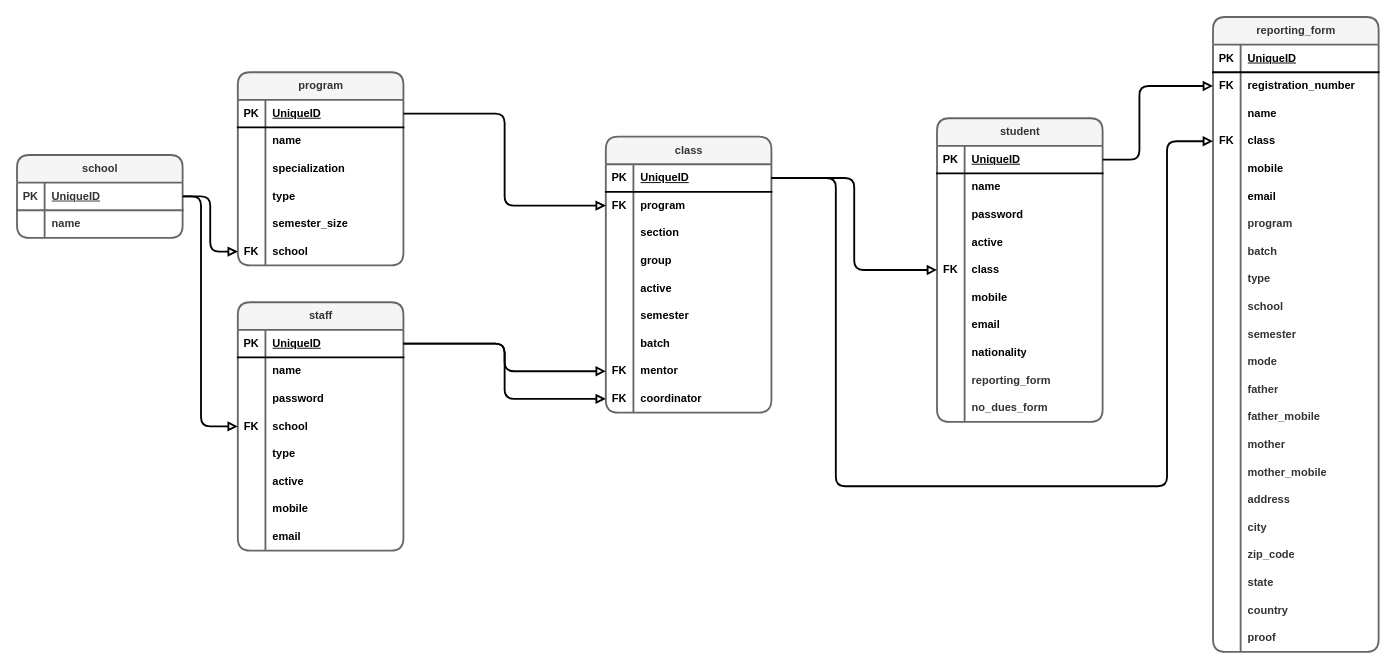
Earlier version of the draw.io diagram app/sql/dbSchema.drawio (livleensinghchani/ctu-website). Source tidied: cells renumbered, new cells numbered last; positions are measured from the earlier drawing's top-left corner, leaving out a move shared by most shapes. Both pictures are drawn from the tidied source at 92%, with x=0, y=0 at pixel (17, 17).
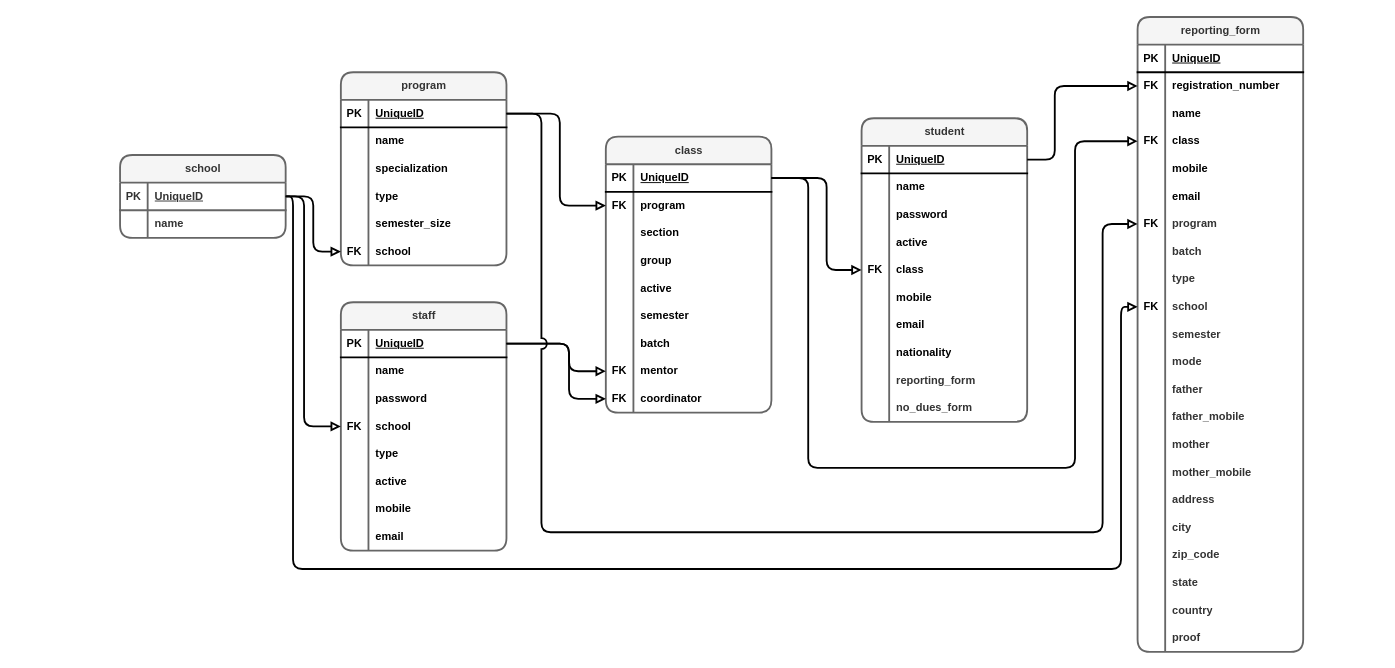
After the change.

The change refers to these unchanged cells:
```xml
<mxCell id="3" style="shape=tableRow;horizontal=0;startSize=0;swimlaneHead=0;swimlaneBody=0;fillColor=none;points=[[0,0.5],[1,0.5]];portConstraint=eastwest;top=0;left=0;right=0;bottom=1;rounded=1;strokeColor=default;strokeWidth=2;align=center;verticalAlign=middle;fontFamily=Helvetica;fontSize=12;fontColor=default;fontStyle=1;" parent="2" vertex="1">
  <mxGeometry y="30" width="180" height="30" as="geometry" />
</mxCell>
<mxCell id="22" style="shape=tableRow;horizontal=0;startSize=0;swimlaneHead=0;swimlaneBody=0;fillColor=none;points=[[0,0.5],[1,0.5]];portConstraint=eastwest;top=0;left=0;right=0;bottom=1;rounded=1;strokeColor=default;strokeWidth=2;align=center;verticalAlign=middle;fontFamily=Helvetica;fontSize=12;fontColor=default;fontStyle=1;" parent="21" vertex="1">
  <mxGeometry y="30" width="180" height="30" as="geometry" />
</mxCell>
<mxCell id="31" style="shape=tableRow;horizontal=0;startSize=0;swimlaneHead=0;swimlaneBody=0;fillColor=none;points=[[0,0.5],[1,0.5]];portConstraint=eastwest;top=0;left=0;right=0;bottom=0;rounded=1;strokeColor=default;strokeWidth=2;align=center;verticalAlign=middle;fontFamily=Helvetica;fontSize=12;fontColor=default;fontStyle=1;" parent="21" vertex="1">
  <mxGeometry y="120" width="180" height="30" as="geometry" />
</mxCell>
<mxCell id="47" style="shape=tableRow;horizontal=0;startSize=0;swimlaneHead=0;swimlaneBody=0;fillColor=none;points=[[0,0.5],[1,0.5]];portConstraint=eastwest;top=0;left=0;right=0;bottom=1;rounded=1;strokeColor=default;strokeWidth=2;align=center;verticalAlign=middle;fontFamily=Helvetica;fontSize=12;fontColor=default;fontStyle=1;" parent="46" vertex="1">
  <mxGeometry y="30" width="180" height="30" as="geometry" />
</mxCell>
<mxCell id="50" style="shape=tableRow;horizontal=0;startSize=0;swimlaneHead=0;swimlaneBody=0;fillColor=none;points=[[0,0.5],[1,0.5]];portConstraint=eastwest;top=0;left=0;right=0;bottom=0;rounded=1;strokeColor=default;strokeWidth=2;align=center;verticalAlign=middle;fontFamily=Helvetica;fontSize=12;fontColor=default;fontStyle=1;" parent="46" vertex="1">
  <mxGeometry y="60" width="180" height="30" as="geometry" />
</mxCell>
<mxCell id="68" style="shape=tableRow;horizontal=0;startSize=0;swimlaneHead=0;swimlaneBody=0;fillColor=none;points=[[0,0.5],[1,0.5]];portConstraint=eastwest;top=0;left=0;right=0;bottom=0;rounded=1;strokeColor=default;strokeWidth=2;align=center;verticalAlign=middle;fontFamily=Helvetica;fontSize=12;fontColor=default;fontStyle=1;" parent="46" vertex="1">
  <mxGeometry y="240" width="180" height="30" as="geometry" />
</mxCell>
<mxCell id="71" style="shape=tableRow;horizontal=0;startSize=0;swimlaneHead=0;swimlaneBody=0;fillColor=none;points=[[0,0.5],[1,0.5]];portConstraint=eastwest;top=0;left=0;right=0;bottom=0;rounded=1;strokeColor=default;strokeWidth=2;align=center;verticalAlign=middle;fontFamily=Helvetica;fontSize=12;fontColor=default;fontStyle=1;" parent="46" vertex="1">
  <mxGeometry y="270" width="180" height="30" as="geometry" />
</mxCell>
<mxCell id="78" style="shape=tableRow;horizontal=0;startSize=0;swimlaneHead=0;swimlaneBody=0;fillColor=none;points=[[0,0.5],[1,0.5]];portConstraint=eastwest;top=0;left=0;right=0;bottom=1;rounded=1;strokeColor=default;strokeWidth=2;align=center;verticalAlign=middle;fontFamily=Helvetica;fontSize=12;fontColor=default;fontStyle=1;" parent="77" vertex="1">
  <mxGeometry y="30" width="180" height="30" as="geometry" />
</mxCell>
<mxCell id="90" style="shape=tableRow;horizontal=0;startSize=0;swimlaneHead=0;swimlaneBody=0;fillColor=none;points=[[0,0.5],[1,0.5]];portConstraint=eastwest;top=0;left=0;right=0;bottom=0;rounded=1;strokeColor=default;strokeWidth=2;align=center;verticalAlign=middle;fontFamily=Helvetica;fontSize=12;fontColor=default;fontStyle=1;" parent="77" vertex="1">
  <mxGeometry y="150" width="180" height="30" as="geometry" />
</mxCell>
<mxCell id="113" style="shape=tableRow;horizontal=0;startSize=0;swimlaneHead=0;swimlaneBody=0;fillColor=none;points=[[0,0.5],[1,0.5]];portConstraint=eastwest;top=0;left=0;right=0;bottom=0;rounded=1;strokeColor=default;strokeWidth=2;align=center;verticalAlign=middle;fontFamily=Helvetica;fontSize=12;fontColor=default;fontStyle=1;" parent="109" vertex="1">
  <mxGeometry y="60" width="180" height="30" as="geometry" />
</mxCell>
<mxCell id="119" style="shape=tableRow;horizontal=0;startSize=0;swimlaneHead=0;swimlaneBody=0;fillColor=none;points=[[0,0.5],[1,0.5]];portConstraint=eastwest;top=0;left=0;right=0;bottom=0;rounded=1;strokeColor=default;strokeWidth=2;align=center;verticalAlign=middle;fontFamily=Helvetica;fontSize=12;fontColor=default;fontStyle=1;" parent="109" vertex="1">
  <mxGeometry y="120" width="180" height="30" as="geometry" />
</mxCell>
<mxCell id="128" style="shape=tableRow;horizontal=0;startSize=0;swimlaneHead=0;swimlaneBody=0;fillColor=none;points=[[0,0.5],[1,0.5]];portConstraint=eastwest;top=0;left=0;right=0;bottom=0;rounded=1;strokeColor=default;strokeWidth=2;align=center;verticalAlign=middle;fontFamily=Helvetica;fontSize=12;fontColor=default;fontStyle=1;" parent="109" vertex="1">
  <mxGeometry y="210" width="180" height="30" as="geometry" />
</mxCell>
<mxCell id="137" style="shape=tableRow;horizontal=0;startSize=0;swimlaneHead=0;swimlaneBody=0;fillColor=none;points=[[0,0.5],[1,0.5]];portConstraint=eastwest;top=0;left=0;right=0;bottom=0;rounded=1;strokeColor=default;strokeWidth=2;align=center;verticalAlign=middle;fontFamily=Helvetica;fontSize=12;fontColor=default;fontStyle=1;" parent="109" vertex="1">
  <mxGeometry y="300" width="180" height="30" as="geometry" />
</mxCell>
<mxCell id="180" style="shape=tableRow;horizontal=0;startSize=0;swimlaneHead=0;swimlaneBody=0;fillColor=none;points=[[0,0.5],[1,0.5]];portConstraint=eastwest;top=0;left=0;right=0;bottom=1;rounded=1;shadow=0;strokeColor=#666666;strokeWidth=2;align=center;verticalAlign=middle;fontFamily=Helvetica;fontSize=12;fontColor=#333333;fontStyle=1;" parent="179" vertex="1">
  <mxGeometry y="30" width="180" height="30" as="geometry" />
</mxCell>
```

What changed in the source:
```diff
@@
     <mxCell id="2" value="program" style="shape=table;startSize=30;childLayout=tableLayout;rowLines=0;fontStyle=1;align=center;html=1;rounded=1;strokeColor=#666666;strokeWidth=2;verticalAlign=middle;fontFamily=Helvetica;fontSize=12;fontColor=#333333;fillColor=#f5f5f5;" parent="1" vertex="1">
-      <mxGeometry x="240" y="60" width="180" height="210" as="geometry" />
+      <mxGeometry x="352" y="60" width="180" height="210" as="geometry" />
     </mxCell>
@@
     <mxCell id="21" value="staff" style="shape=table;startSize=30;childLayout=tableLayout;rowLines=0;fontStyle=1;align=center;html=1;rounded=1;strokeColor=#666666;strokeWidth=2;verticalAlign=middle;fontFamily=Helvetica;fontSize=12;fontColor=#333333;fillColor=#f5f5f5;" parent="1" vertex="1">
-      <mxGeometry x="240" y="310" width="180" height="270" as="geometry" />
+      <mxGeometry x="352" y="310" width="180" height="270" as="geometry" />
     </mxCell>
@@
     <mxCell id="74" style="edgeStyle=orthogonalEdgeStyle;curved=0;rounded=1;jumpStyle=arc;jumpSize=10;jettySize=auto;html=1;strokeColor=default;strokeWidth=2;align=center;verticalAlign=middle;fontFamily=Helvetica;fontSize=12;fontColor=default;fontStyle=1;labelBackgroundColor=default;endArrow=block;endFill=0;" parent="1" edge="1" source="22" target="68">
-      <mxGeometry relative="1" as="geometry" />
+      <mxGeometry relative="1" as="geometry">
+        <Array as="points">
+          <mxPoint x="600" y="355" />
+          <mxPoint x="600" y="385" />
+        </Array>
+      </mxGeometry>
     </mxCell>
     <mxCell id="75" style="edgeStyle=orthogonalEdgeStyle;curved=0;rounded=1;jumpStyle=arc;jumpSize=10;jettySize=auto;html=1;strokeColor=default;strokeWidth=2;align=center;verticalAlign=middle;fontFamily=Helvetica;fontSize=12;fontColor=default;fontStyle=1;labelBackgroundColor=default;endArrow=block;endFill=0;" parent="1" edge="1" source="22" target="71">
-      <mxGeometry relative="1" as="geometry" />
+      <mxGeometry relative="1" as="geometry">
+        <Array as="points">
+          <mxPoint x="600" y="355" />
+          <mxPoint x="600" y="415" />
+        </Array>
+      </mxGeometry>
     </mxCell>
     <mxCell id="76" style="edgeStyle=orthogonalEdgeStyle;curved=0;rounded=1;jumpStyle=arc;jumpSize=10;jettySize=auto;html=1;strokeColor=default;strokeWidth=2;align=center;verticalAlign=middle;fontFamily=Helvetica;fontSize=12;fontColor=default;fontStyle=1;labelBackgroundColor=default;endArrow=block;endFill=0;" parent="1" edge="1" source="3" target="50">
-      <mxGeometry relative="1" as="geometry" />
+      <mxGeometry relative="1" as="geometry">
+        <Array as="points">
+          <mxPoint x="590" y="105" />
+          <mxPoint x="590" y="205" />
+        </Array>
+      </mxGeometry>
     </mxCell>
     <mxCell id="77" value="student" style="shape=table;startSize=30;childLayout=tableLayout;rowLines=0;fontStyle=1;align=center;html=1;rounded=1;strokeColor=#666666;strokeWidth=2;verticalAlign=middle;fontFamily=Helvetica;fontSize=12;fontColor=#333333;fillColor=#f5f5f5;" parent="1" vertex="1">
-      <mxGeometry x="1000" y="110" width="180" height="330" as="geometry" />
+      <mxGeometry x="918" y="110" width="180" height="330" as="geometry" />
     </mxCell>
@@
     <mxCell id="108" style="edgeStyle=orthogonalEdgeStyle;curved=0;rounded=1;jumpStyle=arc;jumpSize=10;jettySize=auto;html=1;strokeColor=default;strokeWidth=2;align=center;verticalAlign=middle;fontFamily=Helvetica;fontSize=12;fontColor=#333333;fontStyle=1;labelBackgroundColor=default;endArrow=block;endFill=0;" parent="1" edge="1" source="47" target="90">
-      <mxGeometry relative="1" as="geometry" />
+      <mxGeometry relative="1" as="geometry">
+        <Array as="points">
+          <mxPoint x="880" y="175" />
+          <mxPoint x="880" y="275" />
+        </Array>
+      </mxGeometry>
     </mxCell>
     <mxCell id="109" value="reporting_form" style="shape=table;startSize=30;childLayout=tableLayout;rowLines=0;fontStyle=1;align=center;html=1;rounded=1;strokeColor=#666666;strokeWidth=2;verticalAlign=middle;fontFamily=Helvetica;fontSize=12;fontColor=#333333;fillColor=#f5f5f5;" parent="1" vertex="1">
-      <mxGeometry x="1300" width="180" height="690" as="geometry" />
+      <mxGeometry x="1218" width="180" height="690" as="geometry" />
     </mxCell>
@@
-    <mxCell id="129" style="shape=partialRectangle;fillColor=none;top=0;left=0;bottom=0;right=0;overflow=hidden;whiteSpace=wrap;html=1;rounded=1;strokeColor=default;strokeWidth=2;align=center;verticalAlign=middle;fontFamily=Helvetica;fontSize=12;fontColor=default;fontStyle=1;" parent="128" vertex="1">
+    <mxCell id="129" value="FK" style="shape=partialRectangle;fillColor=none;top=0;left=0;bottom=0;right=0;overflow=hidden;whiteSpace=wrap;html=1;rounded=1;strokeColor=default;strokeWidth=2;align=center;verticalAlign=middle;fontFamily=Helvetica;fontSize=12;fontColor=default;fontStyle=1;" parent="128" vertex="1">
       <mxGeometry width="30" height="30" as="geometry" />
     </mxCell>
@@
-    <mxCell id="138" style="shape=partialRectangle;fillColor=none;top=0;left=0;bottom=0;right=0;overflow=hidden;whiteSpace=wrap;html=1;rounded=1;strokeColor=default;strokeWidth=2;align=center;verticalAlign=middle;fontFamily=Helvetica;fontSize=12;fontColor=default;fontStyle=1;" parent="137" vertex="1">
+    <mxCell id="138" value="FK" style="shape=partialRectangle;fillColor=none;top=0;left=0;bottom=0;right=0;overflow=hidden;whiteSpace=wrap;html=1;rounded=1;strokeColor=default;strokeWidth=2;align=center;verticalAlign=middle;fontFamily=Helvetica;fontSize=12;fontColor=default;fontStyle=1;" parent="137" vertex="1">
       <mxGeometry width="30" height="30" as="geometry" />
     </mxCell>
@@
     <mxCell id="176" style="edgeStyle=orthogonalEdgeStyle;curved=0;rounded=1;jumpStyle=arc;jumpSize=10;jettySize=auto;html=1;strokeColor=default;strokeWidth=2;align=center;verticalAlign=middle;fontFamily=Helvetica;fontSize=12;fontColor=#333333;fontStyle=1;labelBackgroundColor=default;endArrow=block;endFill=0;" parent="1" edge="1" source="78" target="113">
       <mxGeometry relative="1" as="geometry">
         <Array as="points">
-          <mxPoint x="1220" y="155" />
-          <mxPoint x="1220" y="75" />
+          <mxPoint x="1128" y="155" />
+          <mxPoint x="1128" y="75" />
         </Array>
       </mxGeometry>
     </mxCell>
     <mxCell id="177" style="edgeStyle=orthogonalEdgeStyle;curved=0;rounded=1;jumpStyle=arc;jumpSize=10;jettySize=auto;html=1;exitX=1;exitY=0.5;exitDx=0;exitDy=0;strokeColor=default;strokeWidth=2;align=center;verticalAlign=middle;fontFamily=Helvetica;fontSize=12;fontColor=#333333;fontStyle=1;labelBackgroundColor=default;endArrow=block;endFill=0;" parent="1" edge="1" source="47" target="119">
       <mxGeometry relative="1" as="geometry">
         <Array as="points">
-          <mxPoint x="890" y="175" />
-          <mxPoint x="890" y="510" />
-          <mxPoint x="1250" y="510" />
-          <mxPoint x="1250" y="135" />
+          <mxPoint x="860" y="175" />
+          <mxPoint x="860" y="490" />
+          <mxPoint x="1150" y="490" />
+          <mxPoint x="1150" y="135" />
         </Array>
       </mxGeometry>
     </mxCell>
@@
     <mxCell id="179" value="school" style="shape=table;startSize=30;childLayout=tableLayout;rowLines=0;fontStyle=1;align=center;html=1;rounded=1;shadow=0;strokeColor=#666666;strokeWidth=2;verticalAlign=middle;fontFamily=Helvetica;fontSize=12;fontColor=#333333;fillColor=#f5f5f5;" parent="1" vertex="1">
-      <mxGeometry y="150" width="180" height="90" as="geometry" />
+      <mxGeometry x="112" y="150" width="180" height="90" as="geometry" />
     </mxCell>
@@
     <mxCell id="186" style="edgeStyle=orthogonalEdgeStyle;curved=0;rounded=1;jumpStyle=arc;jumpSize=10;jettySize=auto;html=1;exitX=1;exitY=0.5;exitDx=0;exitDy=0;strokeColor=default;strokeWidth=2;align=center;verticalAlign=middle;fontFamily=Helvetica;fontSize=12;fontColor=#333333;fontStyle=1;labelBackgroundColor=default;endArrow=block;endFill=0;" parent="1" edge="1" source="180" target="31">
       <mxGeometry relative="1" as="geometry">
         <Array as="points">
-          <mxPoint x="200" y="195" />
-          <mxPoint x="200" y="445" />
+          <mxPoint x="312" y="195" />
+          <mxPoint x="312" y="445" />
         </Array>
       </mxGeometry>
     </mxCell>
+    <mxCell id="187" style="edgeStyle=orthogonalEdgeStyle;curved=0;rounded=1;jumpStyle=arc;jumpSize=10;jettySize=auto;html=1;exitX=1;exitY=0.5;exitDx=0;exitDy=0;strokeColor=default;strokeWidth=2;align=center;verticalAlign=middle;fontFamily=Helvetica;fontSize=12;fontColor=#333333;fontStyle=1;labelBackgroundColor=default;endArrow=block;endFill=0;" parent="1" edge="1" source="3" target="128">
+      <mxGeometry relative="1" as="geometry">
+        <Array as="points">
+          <mxPoint x="570" y="105" />
+          <mxPoint x="570" y="560" />
+          <mxPoint x="1180" y="560" />
+          <mxPoint x="1180" y="225" />
+        </Array>
+      </mxGeometry>
+    </mxCell>
+    <mxCell id="188" style="edgeStyle=orthogonalEdgeStyle;curved=0;rounded=1;jumpStyle=arc;jumpSize=10;jettySize=auto;html=1;strokeColor=default;strokeWidth=2;align=center;verticalAlign=middle;fontFamily=Helvetica;fontSize=12;fontColor=#333333;fontStyle=1;labelBackgroundColor=default;endArrow=block;endFill=0;" parent="1" edge="1" source="180" target="137">
+      <mxGeometry relative="1" as="geometry">
+        <Array as="points">
+          <mxPoint x="300" y="195" />
+          <mxPoint x="300" y="600" />
+          <mxPoint x="1200" y="600" />
+          <mxPoint x="1200" y="315" />
+        </Array>
+      </mxGeometry>
+    </mxCell>
```
